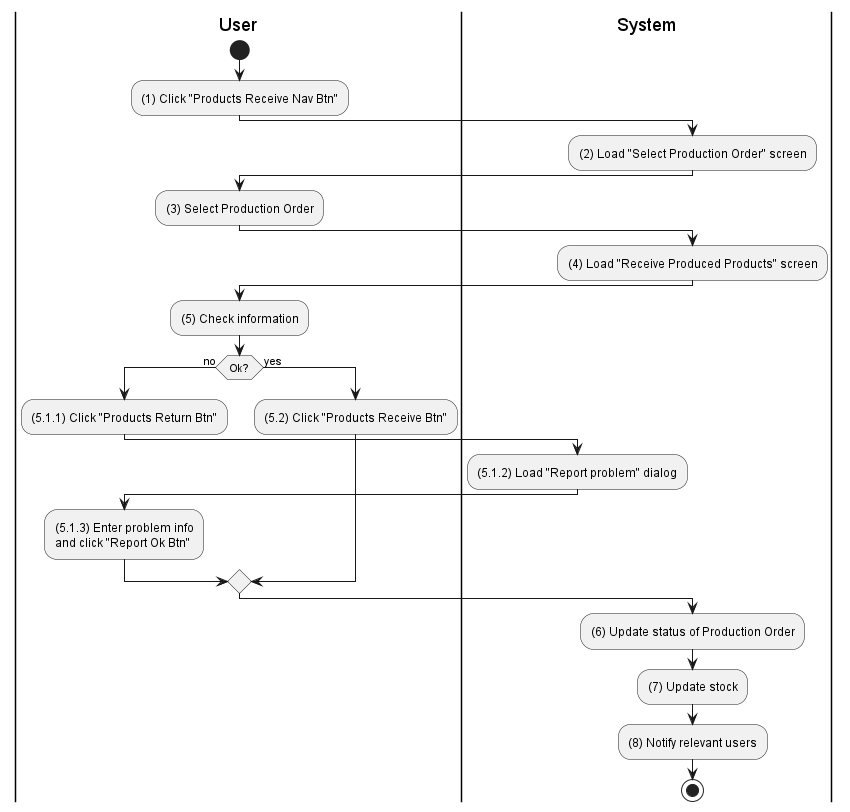
phihungha/scmss-reqs keeps this PlantUML diagram as activities/inventory-product-receive.png. Above is the earlier version.
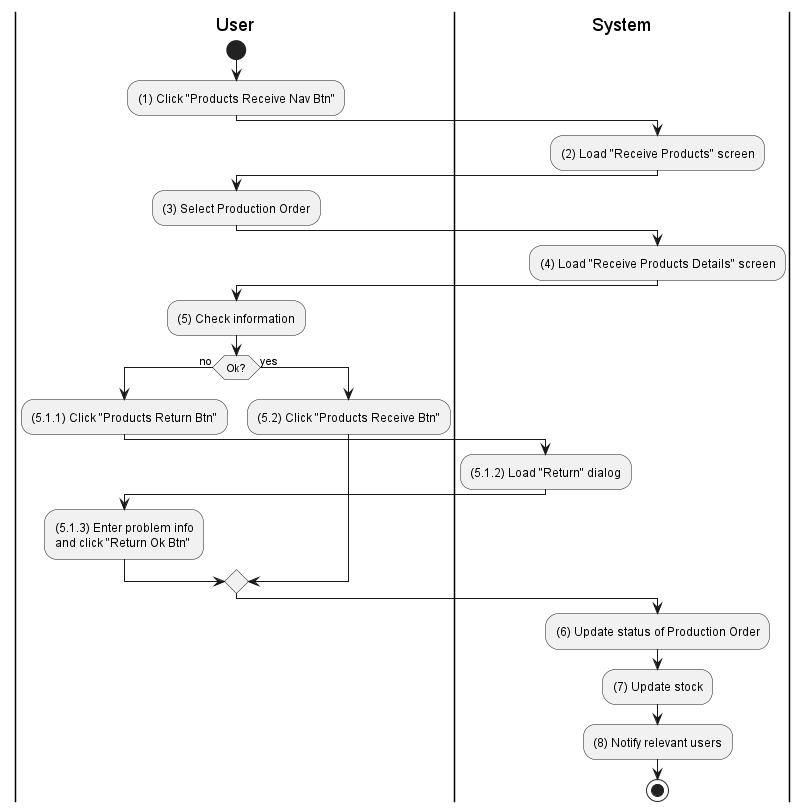
After the commit.

Diff of the diagram source:
```diff
@@ -7,13 +7,13 @@
 :(1) Click "Products Receive Nav Btn";
 
 |s|
-:(2) Load "Select Production Order" screen;
+:(2) Load "Receive Products" screen;
 
 |u|
 :(3) Select Production Order;
 
 |s|
-:(4) Load "Receive Produced Products" screen;
+:(4) Load "Receive Products Details" screen;
 
 |u|
 :(5) Check information;
@@ -23,10 +23,10 @@
     :(5.1.1) Click "Products Return Btn";
 
     |s|
-    :(5.1.2) Load "Report problem" dialog;
+    :(5.1.2) Load "Return" dialog;
 
     |u|
-    :(5.1.3) Enter problem info\nand click "Report Ok Btn";
+    :(5.1.3) Enter problem info\nand click "Return Ok Btn";
 else (yes)
     |u|
     :(5.2) Click "Products Receive Btn";
```
